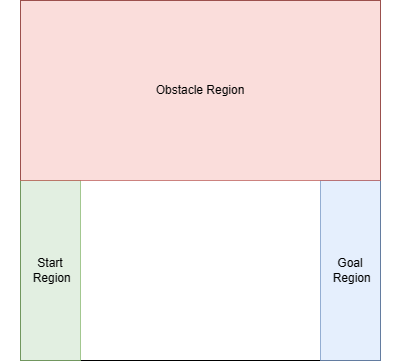
The draw.io diagram scenarios/top.png in ethanmclark1/conav_suite, before a commit. Source tidied: cells renumbered, new cells last; positions are measured from the earlier drawing's top-left corner, leaving out a move shared by most shapes.
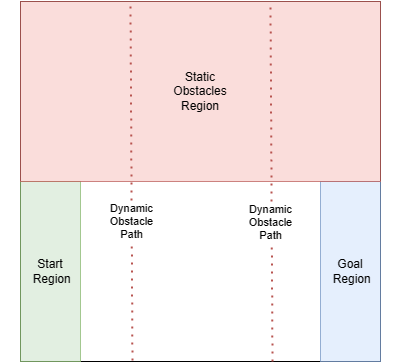
Above is the later version.

Diff of the diagram source:
```diff
@@ -17,11 +17,32 @@
     <mxCell id="6" value="Start&lt;br&gt;&amp;nbsp;Region" style="text;html=1;strokeColor=none;fillColor=none;align=center;verticalAlign=middle;whiteSpace=wrap;rounded=0;" parent="1" vertex="1">
       <mxGeometry y="255" width="100" height="30" as="geometry" />
     </mxCell>
-    <mxCell id="7" value="Obstacle Region" style="text;html=1;strokeColor=none;fillColor=none;align=center;verticalAlign=middle;whiteSpace=wrap;rounded=0;" parent="1" vertex="1">
+    <mxCell id="7" value="Static&lt;br&gt;Obstacles&lt;br&gt;Region" style="text;html=1;strokeColor=none;fillColor=none;align=center;verticalAlign=middle;whiteSpace=wrap;rounded=0;" parent="1" vertex="1">
       <mxGeometry x="150" y="75" width="100" height="30" as="geometry" />
     </mxCell>
     <mxCell id="8" value="Goal&lt;br&gt;&amp;nbsp;Region" style="text;html=1;strokeColor=none;fillColor=none;align=center;verticalAlign=middle;whiteSpace=wrap;rounded=0;" parent="1" vertex="1">
       <mxGeometry x="300" y="255" width="100" height="30" as="geometry" />
     </mxCell>
+    <mxCell id="9" style="endArrow=none;dashed=1;html=1;dashPattern=1 3;strokeWidth=2;rounded=0;exitX=0.311;exitY=0.997;exitDx=0;exitDy=0;exitPerimeter=0;fillColor=#f8cecc;strokeColor=#b85450;" parent="1" edge="1" source="2">
+      <mxGeometry relative="1" as="geometry">
+        <mxPoint x="130" as="targetPoint" />
+      </mxGeometry>
+    </mxCell>
+    <mxCell id="10" value="Dynamic&lt;br&gt;Obstacle&lt;br&gt;Path" style="edgeLabel;html=1;align=center;verticalAlign=middle;" parent="9" vertex="1">
+      <mxGeometry x="-0.08" relative="1" as="geometry">
+        <mxPoint y="26" as="offset" />
+      </mxGeometry>
+    </mxCell>
+    <mxCell id="11" style="endArrow=none;dashed=1;html=1;dashPattern=1 3;strokeWidth=2;rounded=0;exitX=0.311;exitY=0.997;exitDx=0;exitDy=0;exitPerimeter=0;fillColor=#f8cecc;strokeColor=#b85450;" parent="1" edge="1">
+      <mxGeometry relative="1" as="geometry">
+        <mxPoint x="272" y="360" as="sourcePoint" />
+        <mxPoint x="270" y="1" as="targetPoint" />
+      </mxGeometry>
+    </mxCell>
+    <mxCell id="12" value="Dynamic&lt;br&gt;Obstacle&lt;br&gt;Path" style="edgeLabel;html=1;align=center;verticalAlign=middle;" parent="1" vertex="1">
+      <mxGeometry x="141.1" y="240" as="geometry">
+        <mxPoint x="129" y="-19" as="offset" />
+      </mxGeometry>
+    </mxCell>
   </root>
 </mxGraphModel>
```
